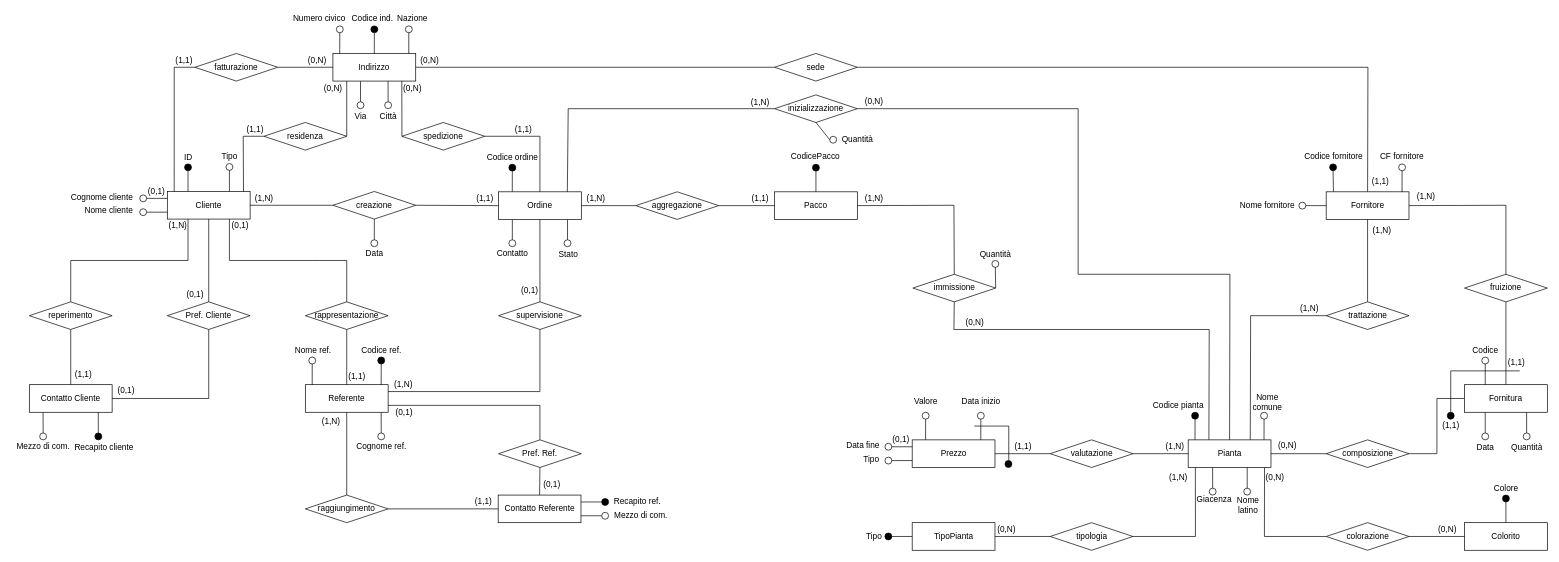
nic-agos/Verde-S.R.L keeps this draw.io diagram as ER-diagrams/ER-master-bis.drawio. Above is the earlier version. Source tidied: cells renumbered, new cells numbered last; positions are measured from the earlier drawing's top-left corner, leaving out a move shared by most shapes. Both pictures are drawn from the tidied source at 69%, with x=0, y=0 at pixel (12, 12).
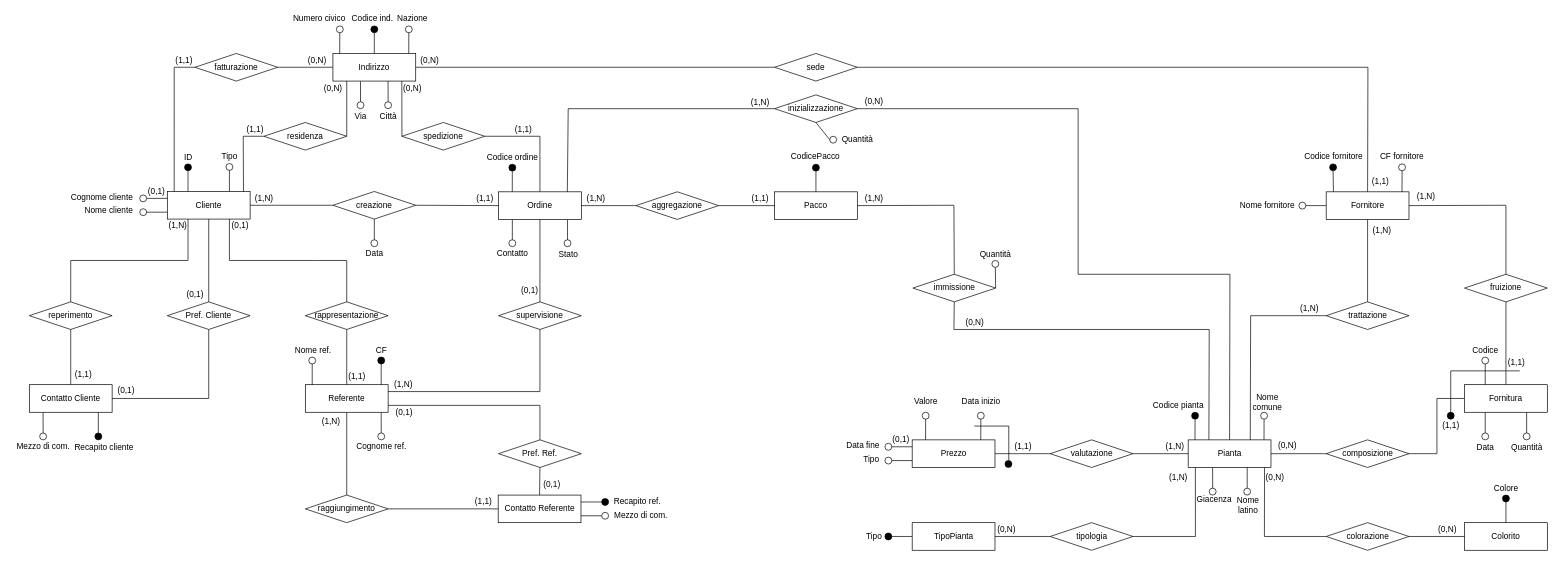
The same diagram, later.

The edit, as a diff of the source:
```diff
@@
-    <mxCell id="127" value="Codice ref." style="text;html=1;align=center;verticalAlign=middle;strokeColor=none;fillColor=none;" parent="1" vertex="1">
-      <mxGeometry x="500" y="480" width="70" height="20" as="geometry" />
+    <mxCell id="127" value="CF" style="text;html=1;align=center;verticalAlign=middle;strokeColor=none;fillColor=none;" parent="1" vertex="1">
+      <mxGeometry x="520" y="480" width="30" height="20" as="geometry" />
     </mxCell>
```
